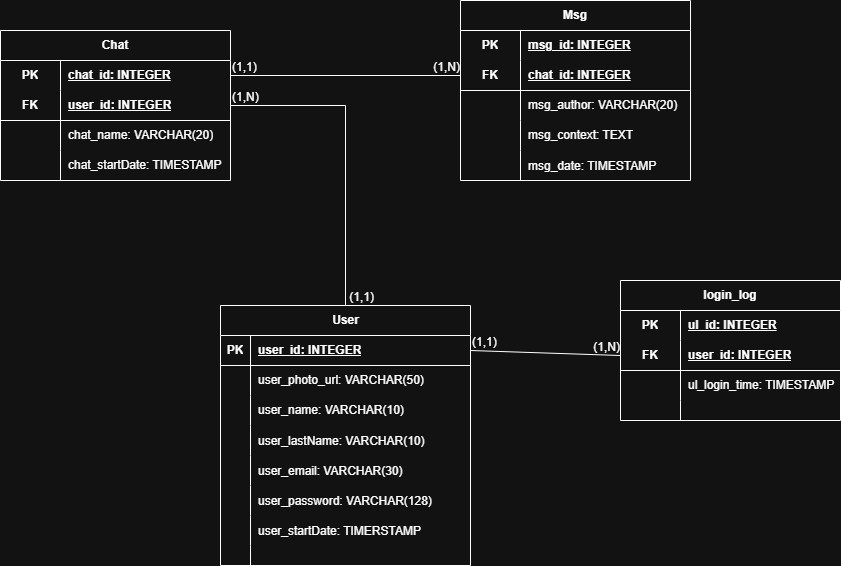
The draw.io diagram database/logical_model/img/logicModel.png in rodrigueswallace/SysChat, before a commit. Source tidied: cells renumbered, new cells last; positions are measured from the earlier drawing's top-left corner, leaving out a move shared by most shapes. Source of this version:
```xml
<mxGraphModel>
  <root>
    <mxCell id="0" />
    <mxCell id="1" parent="0" />
    <mxCell id="2" value="User" style="shape=table;startSize=30;rowLines=0;fontStyle=1;align=center;html=1;" parent="1" vertex="1">
      <mxGeometry x="220" y="305" width="250" height="260" as="geometry" />
    </mxCell>
    <mxCell id="3" style="shape=tableRow;horizontal=0;startSize=0;swimlaneHead=0;swimlaneBody=0;fillColor=none;points=[[0,0.5],[1,0.5]];portConstraint=eastwest;top=0;left=0;right=0;bottom=1;" parent="2" vertex="1">
      <mxGeometry y="30" width="250" height="30" as="geometry" />
    </mxCell>
    <mxCell id="4" value="PK" style="shape=partialRectangle;fillColor=none;top=0;left=0;bottom=0;right=0;fontStyle=1;overflow=hidden;whiteSpace=wrap;html=1;" parent="3" vertex="1">
      <mxGeometry width="30" height="30" as="geometry" />
    </mxCell>
    <mxCell id="5" value="user_id: INTEGER" style="shape=partialRectangle;fillColor=none;top=0;left=0;bottom=0;right=0;align=left;spacingLeft=6;fontStyle=5;overflow=hidden;whiteSpace=wrap;html=1;" parent="3" vertex="1">
      <mxGeometry x="30" width="220" height="30" as="geometry" />
    </mxCell>
    <mxCell id="6" style="shape=tableRow;horizontal=0;startSize=0;swimlaneHead=0;swimlaneBody=0;fillColor=none;top=0;left=0;right=0;bottom=0;" parent="2" vertex="1">
      <mxGeometry y="60" width="250" height="30" as="geometry" />
    </mxCell>
    <mxCell id="7" style="shape=partialRectangle;fillColor=none;top=0;left=0;bottom=0;right=0;overflow=hidden;whiteSpace=wrap;html=1;" parent="6" vertex="1">
      <mxGeometry width="30" height="30" as="geometry" />
    </mxCell>
    <mxCell id="8" value="user_photo_url: VARCHAR(50)&amp;nbsp;" style="shape=partialRectangle;fillColor=none;top=0;left=0;bottom=0;right=0;align=left;spacingLeft=6;overflow=hidden;whiteSpace=wrap;html=1;" parent="6" vertex="1">
      <mxGeometry x="30" width="220" height="30" as="geometry" />
    </mxCell>
    <mxCell id="9" style="shape=tableRow;horizontal=0;startSize=0;swimlaneHead=0;swimlaneBody=0;fillColor=none;top=0;left=0;right=0;bottom=0;" parent="2" vertex="1">
      <mxGeometry y="90" width="250" height="30" as="geometry" />
    </mxCell>
    <mxCell id="10" value="&lt;div&gt;&lt;br&gt;&lt;/div&gt;&lt;div&gt;&lt;br&gt;&lt;/div&gt;&lt;div&gt;&lt;br&gt;&lt;/div&gt;&lt;div&gt;&lt;br&gt;&lt;/div&gt;&lt;div&gt;&lt;br&gt;&lt;/div&gt;&lt;div&gt;&lt;br&gt;&lt;/div&gt;&lt;div&gt;&lt;br&gt;&lt;/div&gt;" style="shape=partialRectangle;fillColor=none;top=0;left=0;bottom=0;right=0;overflow=hidden;whiteSpace=wrap;html=1;" parent="9" vertex="1">
      <mxGeometry width="30" height="30" as="geometry" />
    </mxCell>
    <mxCell id="11" value="user_name: VARCHAR(10)" style="shape=partialRectangle;fillColor=none;top=0;left=0;bottom=0;right=0;align=left;spacingLeft=6;overflow=hidden;whiteSpace=wrap;html=1;" parent="9" vertex="1">
      <mxGeometry x="30" width="220" height="30" as="geometry" />
    </mxCell>
    <mxCell id="12" style="shape=tableRow;horizontal=0;startSize=0;swimlaneHead=0;swimlaneBody=0;fillColor=none;top=0;left=0;right=0;bottom=0;" parent="2" vertex="1">
      <mxGeometry y="120" width="250" height="30" as="geometry" />
    </mxCell>
    <mxCell id="13" style="shape=partialRectangle;fillColor=none;top=0;left=0;bottom=0;right=0;overflow=hidden;" parent="12" vertex="1">
      <mxGeometry width="30" height="30" as="geometry" />
    </mxCell>
    <mxCell id="14" value="user_lastName: VARCHAR(10)" style="shape=partialRectangle;fillColor=none;top=0;left=0;bottom=0;right=0;align=left;spacingLeft=6;overflow=hidden;" parent="12" vertex="1">
      <mxGeometry x="30" width="220" height="30" as="geometry" />
    </mxCell>
    <mxCell id="15" style="shape=tableRow;horizontal=0;startSize=0;swimlaneHead=0;swimlaneBody=0;fillColor=none;top=0;left=0;right=0;bottom=0;" parent="2" vertex="1">
      <mxGeometry y="150" width="250" height="30" as="geometry" />
    </mxCell>
    <mxCell id="16" style="shape=partialRectangle;fillColor=none;top=0;left=0;bottom=0;right=0;overflow=hidden;" parent="15" vertex="1">
      <mxGeometry width="30" height="30" as="geometry" />
    </mxCell>
    <mxCell id="17" value="user_email: VARCHAR(30)" style="shape=partialRectangle;fillColor=none;top=0;left=0;bottom=0;right=0;align=left;spacingLeft=6;overflow=hidden;" parent="15" vertex="1">
      <mxGeometry x="30" width="220" height="30" as="geometry" />
    </mxCell>
    <mxCell id="18" style="shape=tableRow;horizontal=0;startSize=0;swimlaneHead=0;swimlaneBody=0;fillColor=none;top=0;left=0;right=0;bottom=0;" parent="2" vertex="1">
      <mxGeometry y="180" width="250" height="30" as="geometry" />
    </mxCell>
    <mxCell id="19" style="shape=partialRectangle;fillColor=none;top=0;left=0;bottom=0;right=0;overflow=hidden;" parent="18" vertex="1">
      <mxGeometry width="30" height="30" as="geometry" />
    </mxCell>
    <mxCell id="20" value="user_password: VARCHAR(128)" style="shape=partialRectangle;fillColor=none;top=0;left=0;bottom=0;right=0;align=left;spacingLeft=6;overflow=hidden;" parent="18" vertex="1">
      <mxGeometry x="30" width="220" height="30" as="geometry" />
    </mxCell>
    <mxCell id="21" style="shape=tableRow;horizontal=0;startSize=0;swimlaneHead=0;swimlaneBody=0;fillColor=none;top=0;left=0;right=0;bottom=0;" parent="2" vertex="1">
      <mxGeometry y="210" width="250" height="30" as="geometry" />
    </mxCell>
    <mxCell id="22" style="shape=partialRectangle;fillColor=none;top=0;left=0;bottom=0;right=0;overflow=hidden;" parent="21" vertex="1">
      <mxGeometry width="30" height="30" as="geometry" />
    </mxCell>
    <mxCell id="23" value="user_startDate: TIMERSTAMP" style="shape=partialRectangle;fillColor=none;top=0;left=0;bottom=0;right=0;align=left;spacingLeft=6;overflow=hidden;" parent="21" vertex="1">
      <mxGeometry x="30" width="220" height="30" as="geometry" />
    </mxCell>
    <mxCell id="24" style="shape=tableRow;horizontal=0;startSize=0;swimlaneHead=0;swimlaneBody=0;fillColor=none;top=0;left=0;right=0;bottom=0;" parent="2" vertex="1">
      <mxGeometry y="240" width="250" height="20" as="geometry" />
    </mxCell>
    <mxCell id="25" style="shape=partialRectangle;fillColor=none;top=0;left=0;bottom=0;right=0;overflow=hidden;" parent="24" vertex="1">
      <mxGeometry width="30" height="20" as="geometry" />
    </mxCell>
    <mxCell id="26" style="shape=partialRectangle;fillColor=none;top=0;left=0;bottom=0;right=0;align=left;spacingLeft=6;overflow=hidden;" parent="24" vertex="1">
      <mxGeometry x="30" width="220" height="20" as="geometry" />
    </mxCell>
    <mxCell id="27" value="Chat" style="shape=table;startSize=30;rowLines=0;fontStyle=1;align=center;html=1;whiteSpace=wrap;" parent="1" vertex="1">
      <mxGeometry y="30" width="230" height="150" as="geometry" />
    </mxCell>
    <mxCell id="28" style="shape=tableRow;horizontal=0;startSize=0;swimlaneHead=0;swimlaneBody=0;fillColor=none;points=[[0,0.5],[1,0.5]];portConstraint=eastwest;top=0;left=0;right=0;bottom=0;html=1;" parent="27" vertex="1">
      <mxGeometry y="30" width="230" height="30" as="geometry" />
    </mxCell>
    <mxCell id="29" value="PK" style="shape=partialRectangle;fillColor=none;top=0;left=0;bottom=0;right=0;fontStyle=1;overflow=hidden;html=1;whiteSpace=wrap;" parent="28" vertex="1">
      <mxGeometry width="60" height="30" as="geometry" />
    </mxCell>
    <mxCell id="30" value="chat_id: INTEGER" style="shape=partialRectangle;fillColor=none;top=0;left=0;bottom=0;right=0;align=left;spacingLeft=6;fontStyle=5;overflow=hidden;html=1;whiteSpace=wrap;" parent="28" vertex="1">
      <mxGeometry x="60" width="170" height="30" as="geometry" />
    </mxCell>
    <mxCell id="31" style="shape=tableRow;horizontal=0;startSize=0;swimlaneHead=0;swimlaneBody=0;fillColor=none;points=[[0,0.5],[1,0.5]];portConstraint=eastwest;top=0;left=0;right=0;bottom=1;html=1;" parent="27" vertex="1">
      <mxGeometry y="60" width="230" height="30" as="geometry" />
    </mxCell>
    <mxCell id="32" value="FK" style="shape=partialRectangle;fillColor=none;top=0;left=0;bottom=0;right=0;fontStyle=1;overflow=hidden;html=1;whiteSpace=wrap;" parent="31" vertex="1">
      <mxGeometry width="60" height="30" as="geometry" />
    </mxCell>
    <mxCell id="33" value="user_id: INTEGER" style="shape=partialRectangle;fillColor=none;top=0;left=0;bottom=0;right=0;align=left;spacingLeft=6;fontStyle=5;overflow=hidden;html=1;whiteSpace=wrap;" parent="31" vertex="1">
      <mxGeometry x="60" width="170" height="30" as="geometry" />
    </mxCell>
    <mxCell id="34" style="shape=tableRow;horizontal=0;startSize=0;swimlaneHead=0;swimlaneBody=0;fillColor=none;top=0;left=0;right=0;bottom=0;html=1;" parent="27" vertex="1">
      <mxGeometry y="90" width="230" height="30" as="geometry" />
    </mxCell>
    <mxCell id="35" style="shape=partialRectangle;fillColor=none;top=0;left=0;bottom=0;right=0;overflow=hidden;html=1;whiteSpace=wrap;" parent="34" vertex="1">
      <mxGeometry width="60" height="30" as="geometry" />
    </mxCell>
    <mxCell id="36" value="chat_name: VARCHAR(20)" style="shape=partialRectangle;fillColor=none;top=0;left=0;bottom=0;right=0;align=left;spacingLeft=6;overflow=hidden;html=1;whiteSpace=wrap;" parent="34" vertex="1">
      <mxGeometry x="60" width="170" height="30" as="geometry" />
    </mxCell>
    <mxCell id="37" style="shape=tableRow;horizontal=0;startSize=0;swimlaneHead=0;swimlaneBody=0;fillColor=none;top=0;left=0;right=0;bottom=0;html=1;" parent="27" vertex="1">
      <mxGeometry y="120" width="230" height="30" as="geometry" />
    </mxCell>
    <mxCell id="38" style="shape=partialRectangle;fillColor=none;top=0;left=0;bottom=0;right=0;overflow=hidden;html=1;whiteSpace=wrap;" parent="37" vertex="1">
      <mxGeometry width="60" height="30" as="geometry" />
    </mxCell>
    <mxCell id="39" value="chat_startDate: TIMESTAMP&amp;nbsp;" style="shape=partialRectangle;fillColor=none;top=0;left=0;bottom=0;right=0;align=left;spacingLeft=6;overflow=hidden;html=1;whiteSpace=wrap;" parent="37" vertex="1">
      <mxGeometry x="60" width="170" height="30" as="geometry" />
    </mxCell>
    <mxCell id="40" value="Msg" style="shape=table;startSize=30;rowLines=0;fontStyle=1;align=center;html=1;whiteSpace=wrap;" parent="1" vertex="1">
      <mxGeometry x="460" width="230" height="180" as="geometry" />
    </mxCell>
    <mxCell id="41" style="shape=tableRow;horizontal=0;startSize=0;swimlaneHead=0;swimlaneBody=0;fillColor=none;top=0;left=0;right=0;bottom=0;html=1;" parent="40" vertex="1">
      <mxGeometry y="30" width="230" height="30" as="geometry" />
    </mxCell>
    <mxCell id="42" value="PK" style="shape=partialRectangle;fillColor=none;top=0;left=0;bottom=0;right=0;fontStyle=1;overflow=hidden;html=1;whiteSpace=wrap;" parent="41" vertex="1">
      <mxGeometry width="60" height="30" as="geometry" />
    </mxCell>
    <mxCell id="43" value="msg_id: INTEGER" style="shape=partialRectangle;fillColor=none;top=0;left=0;bottom=0;right=0;align=left;spacingLeft=6;fontStyle=5;overflow=hidden;html=1;whiteSpace=wrap;" parent="41" vertex="1">
      <mxGeometry x="60" width="170" height="30" as="geometry" />
    </mxCell>
    <mxCell id="44" style="shape=tableRow;horizontal=0;startSize=0;swimlaneHead=0;swimlaneBody=0;fillColor=none;points=[[0,0.5],[1,0.5]];portConstraint=eastwest;top=0;left=0;right=0;bottom=1;html=1;" parent="40" vertex="1">
      <mxGeometry y="60" width="230" height="30" as="geometry" />
    </mxCell>
    <mxCell id="45" value="FK" style="shape=partialRectangle;fillColor=none;top=0;left=0;bottom=0;right=0;fontStyle=1;overflow=hidden;html=1;whiteSpace=wrap;" parent="44" vertex="1">
      <mxGeometry width="60" height="30" as="geometry" />
    </mxCell>
    <mxCell id="46" value="chat_id: INTEGER" style="shape=partialRectangle;fillColor=none;top=0;left=0;bottom=0;right=0;align=left;spacingLeft=6;fontStyle=5;overflow=hidden;html=1;whiteSpace=wrap;" parent="44" vertex="1">
      <mxGeometry x="60" width="170" height="30" as="geometry" />
    </mxCell>
    <mxCell id="47" style="shape=tableRow;horizontal=0;startSize=0;swimlaneHead=0;swimlaneBody=0;fillColor=none;top=0;left=0;right=0;bottom=0;html=1;" parent="40" vertex="1">
      <mxGeometry y="90" width="230" height="30" as="geometry" />
    </mxCell>
    <mxCell id="48" style="shape=partialRectangle;fillColor=none;top=0;left=0;bottom=0;right=0;overflow=hidden;html=1;whiteSpace=wrap;" parent="47" vertex="1">
      <mxGeometry width="60" height="30" as="geometry" />
    </mxCell>
    <mxCell id="49" value="msg_author: VARCHAR(20)&amp;nbsp;" style="shape=partialRectangle;fillColor=none;top=0;left=0;bottom=0;right=0;align=left;spacingLeft=6;overflow=hidden;html=1;whiteSpace=wrap;" parent="47" vertex="1">
      <mxGeometry x="60" width="170" height="30" as="geometry" />
    </mxCell>
    <mxCell id="50" style="shape=tableRow;horizontal=0;startSize=0;swimlaneHead=0;swimlaneBody=0;fillColor=none;top=0;left=0;right=0;bottom=0;html=1;" parent="40" vertex="1">
      <mxGeometry y="120" width="230" height="30" as="geometry" />
    </mxCell>
    <mxCell id="51" style="shape=partialRectangle;fillColor=none;top=0;left=0;bottom=0;right=0;overflow=hidden;html=1;whiteSpace=wrap;" parent="50" vertex="1">
      <mxGeometry width="60" height="30" as="geometry" />
    </mxCell>
    <mxCell id="52" value="msg_context: TEXT" style="shape=partialRectangle;fillColor=none;top=0;left=0;bottom=0;right=0;align=left;spacingLeft=6;overflow=hidden;html=1;whiteSpace=wrap;" parent="50" vertex="1">
      <mxGeometry x="60" width="170" height="30" as="geometry" />
    </mxCell>
    <mxCell id="53" style="shape=tableRow;horizontal=0;startSize=0;swimlaneHead=0;swimlaneBody=0;fillColor=none;top=0;left=0;right=0;bottom=0;" parent="40" vertex="1">
      <mxGeometry y="150" width="230" height="30" as="geometry" />
    </mxCell>
    <mxCell id="54" style="shape=partialRectangle;fillColor=none;top=0;left=0;bottom=0;right=0;overflow=hidden;" parent="53" vertex="1">
      <mxGeometry width="60" height="30" as="geometry" />
    </mxCell>
    <mxCell id="55" value="msg_date: TIMESTAMP" style="shape=partialRectangle;fillColor=none;top=0;left=0;bottom=0;right=0;align=left;spacingLeft=6;overflow=hidden;" parent="53" vertex="1">
      <mxGeometry x="60" width="170" height="30" as="geometry" />
    </mxCell>
    <mxCell id="56" value="login_log" style="shape=table;startSize=30;rowLines=0;fontStyle=1;align=center;html=1;whiteSpace=wrap;" parent="1" vertex="1">
      <mxGeometry x="620" y="280" width="220" height="140" as="geometry" />
    </mxCell>
    <mxCell id="57" style="shape=tableRow;horizontal=0;startSize=0;swimlaneHead=0;swimlaneBody=0;fillColor=none;top=0;left=0;right=0;bottom=0;html=1;" parent="56" vertex="1">
      <mxGeometry y="30" width="220" height="30" as="geometry" />
    </mxCell>
    <mxCell id="58" value="PK" style="shape=partialRectangle;fillColor=none;top=0;left=0;bottom=0;right=0;fontStyle=1;overflow=hidden;html=1;whiteSpace=wrap;" parent="57" vertex="1">
      <mxGeometry width="60" height="30" as="geometry" />
    </mxCell>
    <mxCell id="59" value="ul_id: INTEGER" style="shape=partialRectangle;fillColor=none;top=0;left=0;bottom=0;right=0;align=left;spacingLeft=6;fontStyle=5;overflow=hidden;html=1;whiteSpace=wrap;" parent="57" vertex="1">
      <mxGeometry x="60" width="160" height="30" as="geometry" />
    </mxCell>
    <mxCell id="60" style="shape=tableRow;horizontal=0;startSize=0;swimlaneHead=0;swimlaneBody=0;fillColor=none;points=[[0,0.5],[1,0.5]];portConstraint=eastwest;top=0;left=0;right=0;bottom=1;html=1;" parent="56" vertex="1">
      <mxGeometry y="60" width="220" height="30" as="geometry" />
    </mxCell>
    <mxCell id="61" value="FK" style="shape=partialRectangle;fillColor=none;top=0;left=0;bottom=0;right=0;fontStyle=1;overflow=hidden;html=1;whiteSpace=wrap;" parent="60" vertex="1">
      <mxGeometry width="60" height="30" as="geometry" />
    </mxCell>
    <mxCell id="62" value="user_id: INTEGER" style="shape=partialRectangle;fillColor=none;top=0;left=0;bottom=0;right=0;align=left;spacingLeft=6;fontStyle=5;overflow=hidden;html=1;whiteSpace=wrap;" parent="60" vertex="1">
      <mxGeometry x="60" width="160" height="30" as="geometry" />
    </mxCell>
    <mxCell id="63" style="shape=tableRow;horizontal=0;startSize=0;swimlaneHead=0;swimlaneBody=0;fillColor=none;top=0;left=0;right=0;bottom=0;html=1;" parent="56" vertex="1">
      <mxGeometry y="90" width="220" height="30" as="geometry" />
    </mxCell>
    <mxCell id="64" style="shape=partialRectangle;fillColor=none;top=0;left=0;bottom=0;right=0;overflow=hidden;html=1;whiteSpace=wrap;" parent="63" vertex="1">
      <mxGeometry width="60" height="30" as="geometry" />
    </mxCell>
    <mxCell id="65" value="ul_login_time: TIMESTAMP&amp;nbsp;" style="shape=partialRectangle;fillColor=none;top=0;left=0;bottom=0;right=0;align=left;spacingLeft=6;overflow=hidden;html=1;whiteSpace=wrap;" parent="63" vertex="1">
      <mxGeometry x="60" width="160" height="30" as="geometry" />
    </mxCell>
    <mxCell id="66" style="shape=tableRow;horizontal=0;startSize=0;swimlaneHead=0;swimlaneBody=0;fillColor=none;top=0;left=0;right=0;bottom=0;html=1;" parent="56" vertex="1">
      <mxGeometry y="120" width="220" height="20" as="geometry" />
    </mxCell>
    <mxCell id="67" style="shape=partialRectangle;fillColor=none;top=0;left=0;bottom=0;right=0;overflow=hidden;html=1;whiteSpace=wrap;" parent="66" vertex="1">
      <mxGeometry width="60" height="20" as="geometry" />
    </mxCell>
    <mxCell id="68" style="shape=partialRectangle;fillColor=none;top=0;left=0;bottom=0;right=0;align=left;spacingLeft=6;overflow=hidden;html=1;whiteSpace=wrap;" parent="66" vertex="1">
      <mxGeometry x="60" width="160" height="20" as="geometry" />
    </mxCell>
    <mxCell id="69" style="endArrow=none;html=1;rounded=0;exitX=1;exitY=0.5;exitDx=0;exitDy=0;entryX=0;entryY=0.5;entryDx=0;entryDy=0;" parent="1" edge="1" source="3" target="60">
      <mxGeometry relative="1" as="geometry" />
    </mxCell>
    <mxCell id="70" value="(1,1)" style="html=1;whiteSpace=wrap;align=left;verticalAlign=bottom;" parent="69" vertex="1">
      <mxGeometry x="-1" relative="1" as="geometry" />
    </mxCell>
    <mxCell id="71" value="(1,N)" style="html=1;whiteSpace=wrap;align=right;verticalAlign=bottom;" parent="69" vertex="1">
      <mxGeometry x="1" relative="1" as="geometry" />
    </mxCell>
    <mxCell id="72" style="endArrow=none;html=1;rounded=0;exitX=1;exitY=0.5;exitDx=0;exitDy=0;entryX=0.5;entryY=0;entryDx=0;entryDy=0;" parent="1" edge="1" source="31" target="2">
      <mxGeometry relative="1" as="geometry">
        <Array as="points">
          <mxPoint x="345" y="105" />
        </Array>
      </mxGeometry>
    </mxCell>
    <mxCell id="73" value="(1,N)" style="html=1;whiteSpace=wrap;align=left;verticalAlign=bottom;" parent="72" vertex="1">
      <mxGeometry x="-1" relative="1" as="geometry" />
    </mxCell>
    <mxCell id="74" value="(1,1)" style="html=1;whiteSpace=wrap;align=right;verticalAlign=bottom;" parent="72" vertex="1">
      <mxGeometry x="1" relative="1" as="geometry">
        <mxPoint x="30" as="offset" />
      </mxGeometry>
    </mxCell>
    <mxCell id="75" style="endArrow=none;html=1;rounded=0;exitX=1;exitY=0.5;exitDx=0;exitDy=0;entryX=0;entryY=0.5;entryDx=0;entryDy=0;" parent="1" edge="1" source="28" target="44">
      <mxGeometry relative="1" as="geometry" />
    </mxCell>
    <mxCell id="76" value="(1,1)" style="html=1;whiteSpace=wrap;align=left;verticalAlign=bottom;" parent="75" vertex="1">
      <mxGeometry x="-1" relative="1" as="geometry" />
    </mxCell>
    <mxCell id="77" value="(1,N)" style="html=1;whiteSpace=wrap;align=right;verticalAlign=bottom;" parent="75" vertex="1">
      <mxGeometry x="1" relative="1" as="geometry" />
    </mxCell>
  </root>
</mxGraphModel>
```
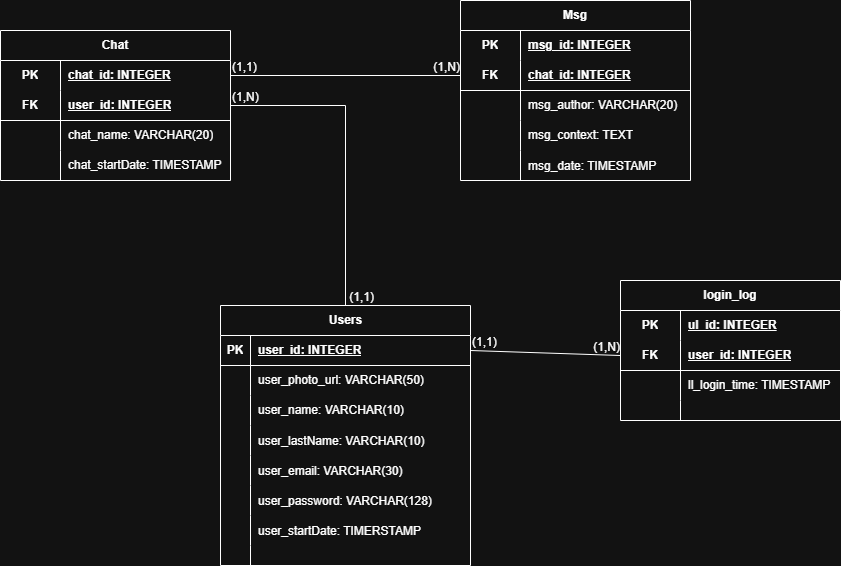
After the commit.

Commit message:
chore(): update in ddl correcting syntax

Diff of the diagram source:
```diff
@@ -2,7 +2,7 @@
   <root>
     <mxCell id="0" />
     <mxCell id="1" parent="0" />
-    <mxCell id="2" value="User" style="shape=table;startSize=30;rowLines=0;fontStyle=1;align=center;html=1;" parent="1" vertex="1">
+    <mxCell id="2" value="Users" style="shape=table;startSize=30;rowLines=0;fontStyle=1;align=center;html=1;" parent="1" vertex="1">
       <mxGeometry x="220" y="305" width="250" height="260" as="geometry" />
     </mxCell>
     <mxCell id="3" style="shape=tableRow;horizontal=0;startSize=0;swimlaneHead=0;swimlaneBody=0;fillColor=none;points=[[0,0.5],[1,0.5]];portConstraint=eastwest;top=0;left=0;right=0;bottom=1;" parent="2" vertex="1">
@@ -191,7 +191,7 @@
     <mxCell id="64" style="shape=partialRectangle;fillColor=none;top=0;left=0;bottom=0;right=0;overflow=hidden;html=1;whiteSpace=wrap;" parent="63" vertex="1">
       <mxGeometry width="60" height="30" as="geometry" />
     </mxCell>
-    <mxCell id="65" value="ul_login_time: TIMESTAMP&amp;nbsp;" style="shape=partialRectangle;fillColor=none;top=0;left=0;bottom=0;right=0;align=left;spacingLeft=6;overflow=hidden;html=1;whiteSpace=wrap;" parent="63" vertex="1">
+    <mxCell id="65" value="ll_login_time: TIMESTAMP&amp;nbsp;" style="shape=partialRectangle;fillColor=none;top=0;left=0;bottom=0;right=0;align=left;spacingLeft=6;overflow=hidden;html=1;whiteSpace=wrap;" parent="63" vertex="1">
       <mxGeometry x="60" width="160" height="30" as="geometry" />
     </mxCell>
     <mxCell id="66" style="shape=tableRow;horizontal=0;startSize=0;swimlaneHead=0;swimlaneBody=0;fillColor=none;top=0;left=0;right=0;bottom=0;html=1;" parent="56" vertex="1">
```
